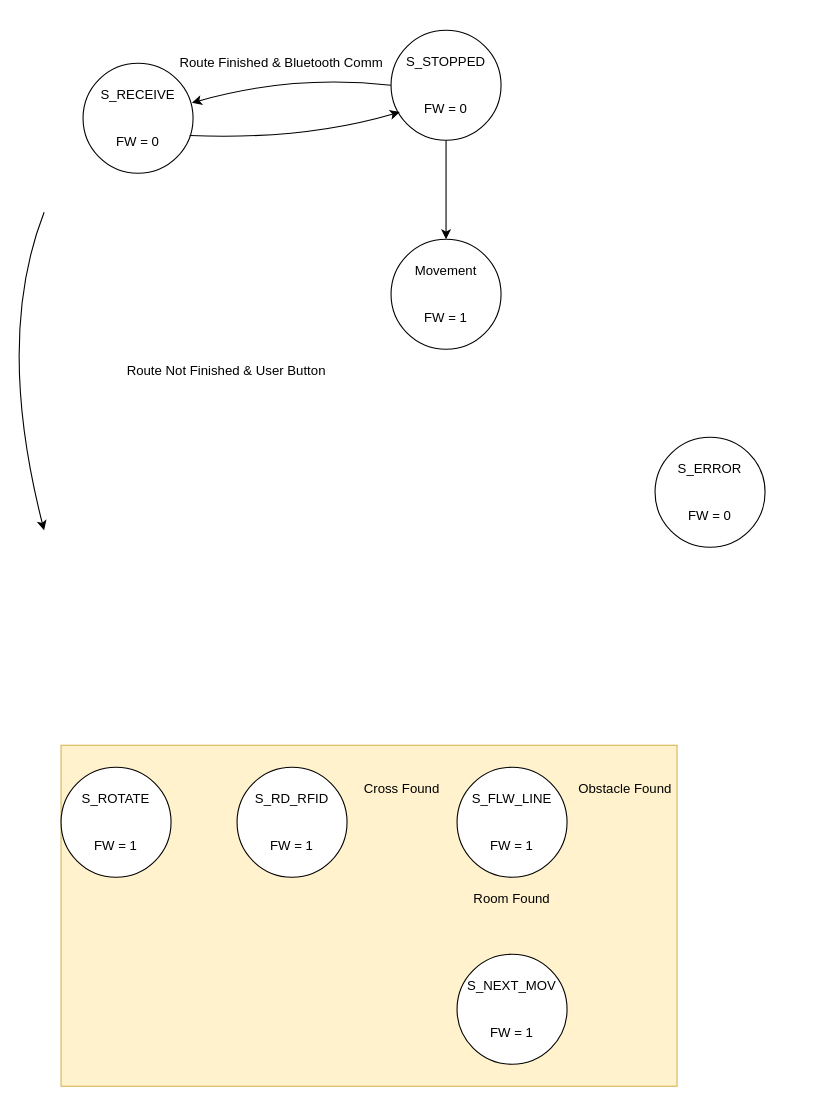
LPI-2020/DWR-19 keeps this draw.io diagram as page "FSM" (2 of 3) of 03Flowcharts/System_Diagram.drawio. Above is the earlier version. Source tidied: cells renumbered, new cells numbered last; positions are measured from the earlier drawing's top-left corner, leaving out a move shared by most shapes. Both pictures are drawn from the tidied source at 110%, with x=0, y=0 at pixel (-6, 30).
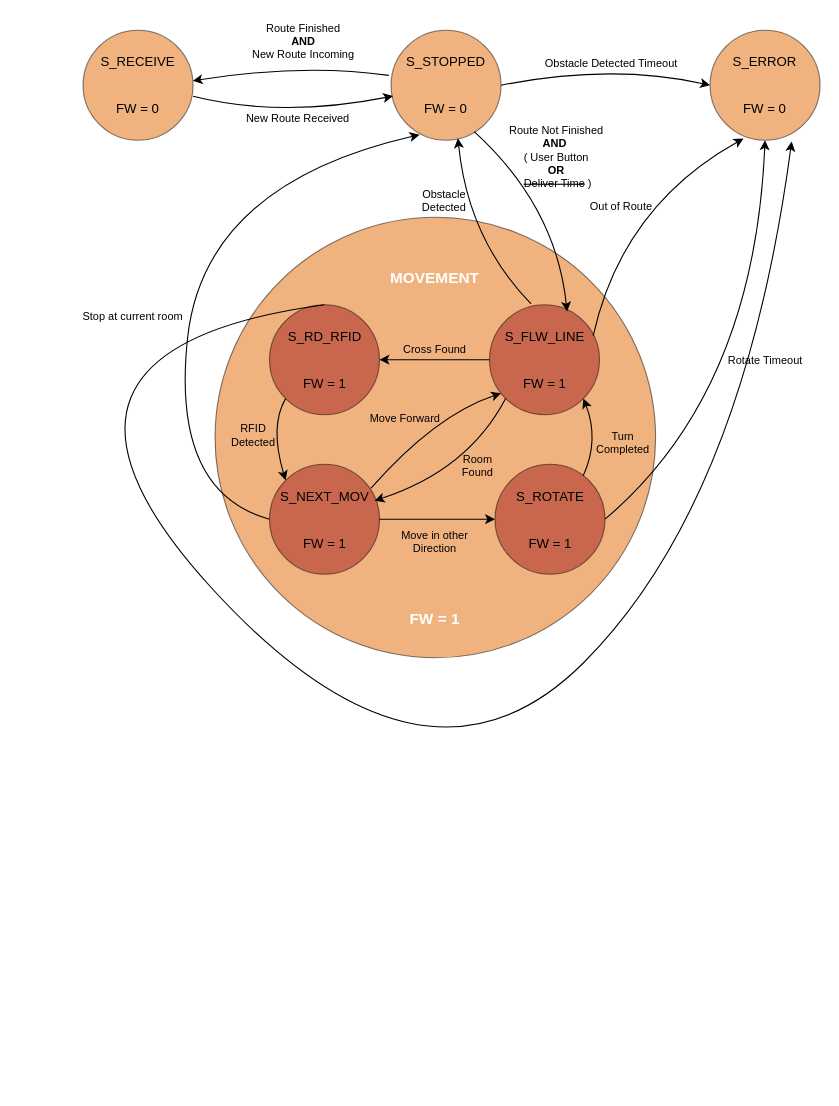
After the change.

Change to the diagram source:
```diff
@@
-    <mxCell id="2" style="rounded=0;whiteSpace=wrap;html=1;fillColor=#fff2cc;strokeColor=#d6b656;" parent="1" vertex="1">
-      <mxGeometry x="60" y="650" width="560" height="310" as="geometry" />
-    </mxCell>
+    <mxCell id="16" style="ellipse;whiteSpace=wrap;html=1;opacity=50;fillColor=#E16802;" parent="1" vertex="1">
+      <mxGeometry x="200" y="170" width="400.5" height="400.5" as="geometry" />
+    </mxCell>
-    <mxCell id="3" value="S_FLW_LINE&lt;br&gt;&lt;br&gt;&lt;br&gt;FW = 1" style="ellipse;whiteSpace=wrap;html=1;" parent="1" vertex="1">
-      <mxGeometry x="420" y="670" width="100" height="100" as="geometry" />
+    <mxCell id="3" value="S_FLW_LINE&lt;br&gt;&lt;br&gt;&lt;br&gt;FW = 1" style="ellipse;whiteSpace=wrap;html=1;fillColor=#A11A1C;opacity=50;" parent="1" vertex="1">
+      <mxGeometry x="449.5" y="249.5" width="100" height="100" as="geometry" />
     </mxCell>
-    <mxCell id="4" style="edgeStyle=orthogonalEdgeStyle;rounded=0;jettySize=auto;html=1;exitX=0.5;exitY=1;exitDx=0;exitDy=0;entryX=0.5;entryY=0;entryDx=0;entryDy=0;" parent="1" edge="1" source="5" target="16">
-      <mxGeometry relative="1" as="geometry" />
-    </mxCell>
-    <mxCell id="5" value="S_STOPPED&lt;br&gt;&lt;br&gt;&lt;br&gt;FW = 0" style="ellipse;whiteSpace=wrap;html=1;" parent="1" vertex="1">
+    <mxCell id="5" value="S_STOPPED&lt;br&gt;&lt;br&gt;&lt;br&gt;FW = 0" style="ellipse;whiteSpace=wrap;html=1;fillColor=#E16802;opacity=50;" parent="1" vertex="1">
       <mxGeometry x="360" width="100" height="100" as="geometry" />
     </mxCell>
-    <mxCell id="6" value="S_ERROR&lt;br&gt;&lt;br&gt;&lt;br&gt;FW = 0" style="ellipse;whiteSpace=wrap;html=1;" parent="1" vertex="1">
-      <mxGeometry x="600" y="370" width="100" height="100" as="geometry" />
+    <mxCell id="6" value="S_ERROR&lt;br&gt;&lt;br&gt;&lt;br&gt;FW = 0" style="ellipse;whiteSpace=wrap;html=1;fillColor=#E16802;opacity=50;" parent="1" vertex="1">
+      <mxGeometry x="650" width="100" height="100" as="geometry" />
     </mxCell>
-    <mxCell id="7" value="S_RECEIVE&lt;br&gt;&lt;br&gt;&lt;br&gt;FW = 0" style="ellipse;whiteSpace=wrap;html=1;" parent="1" vertex="1">
-      <mxGeometry x="80" y="30" width="100" height="100" as="geometry" />
+    <mxCell id="7" value="S_RECEIVE&lt;br&gt;&lt;br&gt;&lt;br&gt;FW = 0" style="ellipse;whiteSpace=wrap;html=1;opacity=50;fillColor=#E16802;" parent="1" vertex="1">
+      <mxGeometry x="80" width="100" height="100" as="geometry" />
     </mxCell>
-    <mxCell id="8" value="S_ROTATE&lt;br&gt;&lt;br&gt;&lt;br&gt;FW = 1" style="ellipse;whiteSpace=wrap;html=1;" parent="1" vertex="1">
-      <mxGeometry x="60" y="670" width="100" height="100" as="geometry" />
+    <mxCell id="8" value="S_ROTATE&lt;br&gt;&lt;br&gt;&lt;br&gt;FW = 1" style="ellipse;whiteSpace=wrap;html=1;fillColor=#A11A1C;opacity=50;" parent="1" vertex="1">
+      <mxGeometry x="454.5" y="394.5" width="100" height="100" as="geometry" />
     </mxCell>
-    <mxCell id="9" value="S_RD_RFID&lt;br&gt;&lt;br&gt;&lt;br&gt;FW = 1" style="ellipse;whiteSpace=wrap;html=1;" parent="1" vertex="1">
-      <mxGeometry x="220" y="670" width="100" height="100" as="geometry" />
+    <mxCell id="9" value="S_RD_RFID&lt;br&gt;&lt;br&gt;&lt;br&gt;FW = 1" style="ellipse;whiteSpace=wrap;html=1;fillColor=#A11A1C;opacity=50;" parent="1" vertex="1">
+      <mxGeometry x="249.5" y="249.5" width="100" height="100" as="geometry" />
     </mxCell>
-    <mxCell id="10" value="Obstacle Found" style="text;html=1;strokeColor=none;fillColor=none;align=center;verticalAlign=middle;whiteSpace=wrap;rounded=0;" parent="1" vertex="1">
-      <mxGeometry x="523" y="680" width="100" height="20" as="geometry" />
+    <mxCell id="10" value="Turn Completed" style="text;html=1;strokeColor=none;fillColor=none;align=center;verticalAlign=middle;whiteSpace=wrap;rounded=0;fontSize=10;" parent="1" vertex="1">
+      <mxGeometry x="547.5" y="364.8" width="45.5" height="20" as="geometry" />
     </mxCell>
-    <mxCell id="11" value="Room Found" style="text;html=1;strokeColor=none;fillColor=none;align=center;verticalAlign=middle;whiteSpace=wrap;rounded=0;" parent="1" vertex="1">
-      <mxGeometry x="420" y="780" width="100" height="20" as="geometry" />
+    <mxCell id="11" value="Room &lt;br style=&quot;font-size: 10px;&quot;&gt;Found" style="text;html=1;strokeColor=none;fillColor=none;align=center;verticalAlign=middle;whiteSpace=wrap;rounded=0;fontSize=10;" parent="1" vertex="1">
+      <mxGeometry x="422" y="385.8" width="33.5" height="20" as="geometry" />
     </mxCell>
-    <mxCell id="12" value="Cross Found" style="text;html=1;strokeColor=none;fillColor=none;align=center;verticalAlign=middle;whiteSpace=wrap;rounded=0;" parent="1" vertex="1">
-      <mxGeometry x="320" y="680" width="100" height="20" as="geometry" />
+    <mxCell id="12" value="&lt;font color=&quot;#ffffff&quot; size=&quot;1&quot;&gt;&lt;b style=&quot;font-size: 14px&quot;&gt;MOVEMENT&lt;/b&gt;&lt;/font&gt;" style="text;html=1;strokeColor=none;fillColor=none;align=center;verticalAlign=middle;whiteSpace=wrap;rounded=0;" parent="1" vertex="1">
+      <mxGeometry x="344.5" y="210" width="110" height="30" as="geometry" />
     </mxCell>
+    <mxCell id="20" style="edgeStyle=orthogonalEdgeStyle;curved=1;rounded=0;jettySize=auto;html=1;entryX=0;entryY=0.5;entryDx=0;entryDy=0;" parent="1" edge="1" source="13" target="8">
+      <mxGeometry relative="1" as="geometry" />
+    </mxCell>
-    <mxCell id="13" value="S_NEXT_MOV&lt;br&gt;&lt;br&gt;&lt;br&gt;FW = 1" style="ellipse;whiteSpace=wrap;html=1;" parent="1" vertex="1">
-      <mxGeometry x="420" y="840" width="100" height="100" as="geometry" />
+    <mxCell id="13" value="S_NEXT_MOV&lt;br&gt;&lt;br&gt;&lt;br&gt;FW = 1" style="ellipse;whiteSpace=wrap;html=1;fillColor=#A11A1C;opacity=50;" parent="1" vertex="1">
+      <mxGeometry x="249.5" y="394.5" width="100" height="100" as="geometry" />
     </mxCell>
-    <mxCell id="14" value="Route Finished &amp;amp; Bluetooth Comm" style="text;html=1;align=center;verticalAlign=middle;" parent="1" vertex="1">
-      <mxGeometry x="160" y="20" width="200" height="20" as="geometry" />
+    <mxCell id="14" value="Route Finished &lt;br style=&quot;font-size: 10px;&quot;&gt;&lt;b style=&quot;font-size: 10px;&quot;&gt;AND&lt;/b&gt;&lt;br style=&quot;font-size: 10px;&quot;&gt;New Route Incoming" style="text;html=1;align=center;verticalAlign=middle;fontSize=10;" parent="1" vertex="1">
+      <mxGeometry x="225" y="-10" width="110" height="40" as="geometry" />
     </mxCell>
-    <mxCell id="15" value="Route Not Finished &amp;amp; User Button" style="text;html=1;align=center;verticalAlign=middle;" parent="1" vertex="1">
-      <mxGeometry x="110" y="300" width="200" height="20" as="geometry" />
+    <mxCell id="15" value="Route Not Finished &lt;br&gt;&lt;b style=&quot;font-size: 10px&quot;&gt;AND&lt;/b&gt;&amp;nbsp;&lt;br style=&quot;font-size: 10px&quot;&gt;( User Button &lt;br&gt;&lt;b style=&quot;font-size: 10px&quot;&gt;OR&lt;br&gt;&lt;/b&gt;&amp;nbsp;&lt;strike&gt;Deliver Time&lt;/strike&gt; )" style="text;html=1;align=center;verticalAlign=middle;fontSize=10;" parent="1" vertex="1">
+      <mxGeometry x="460" y="80" width="100" height="70" as="geometry" />
     </mxCell>
-    <mxCell id="16" value="Movement&lt;br&gt;&lt;br&gt;&lt;br&gt;FW = 1" style="ellipse;whiteSpace=wrap;html=1;" parent="1" vertex="1">
-      <mxGeometry x="360" y="190" width="100" height="100" as="geometry" />
-    </mxCell>
-    <mxCell id="17" style="curved=1;endArrow=classic;html=1;exitX=0;exitY=1;exitDx=0;exitDy=0;entryX=0;entryY=0;entryDx=0;entryDy=0;" parent="1" edge="1">
-      <mxGeometry relative="1" as="geometry">
-        <mxPoint x="44.6" y="165.4" as="sourcePoint" />
-        <mxPoint x="44.6" y="454.6" as="targetPoint" />
-        <Array as="points">
-          <mxPoint y="280" />
-        </Array>
-      </mxGeometry>
-    </mxCell>
-    <mxCell id="18" style="curved=1;endArrow=classic;html=1;exitX=0;exitY=0.5;exitDx=0;exitDy=0;entryX=0.99;entryY=0.36;entryDx=0;entryDy=0;entryPerimeter=0;" parent="1" edge="1" source="5" target="7">
+    <mxCell id="18" style="curved=1;endArrow=classic;html=1;entryX=0.997;entryY=0.46;entryDx=0;entryDy=0;entryPerimeter=0;" parent="1" edge="1" target="7">
       <mxGeometry relative="1" as="geometry">
+        <mxPoint x="358" y="41" as="sourcePoint" />
         <Array as="points">
-          <mxPoint x="270" y="40" />
+          <mxPoint x="280" y="30" />
         </Array>
       </mxGeometry>
     </mxCell>
-    <mxCell id="19" style="curved=1;endArrow=classic;html=1;exitX=0.969;exitY=0.657;exitDx=0;exitDy=0;entryX=0.08;entryY=0.743;entryDx=0;entryDy=0;exitPerimeter=0;entryPerimeter=0;" parent="1" edge="1" source="7" target="5">
+    <mxCell id="19" style="curved=1;endArrow=classic;html=1;entryX=0.018;entryY=0.598;entryDx=0;entryDy=0;entryPerimeter=0;" parent="1" edge="1" target="5">
       <mxGeometry relative="1" as="geometry">
+        <mxPoint x="180" y="60" as="sourcePoint" />
         <Array as="points">
-          <mxPoint x="280" y="100" />
+          <mxPoint x="260" y="80" />
         </Array>
       </mxGeometry>
     </mxCell>
+    <mxCell id="21" value="New Route Received" style="text;html=1;align=center;verticalAlign=middle;fontSize=10;" parent="1" vertex="1">
+      <mxGeometry x="220" y="70" width="110" height="20" as="geometry" />
+    </mxCell>
+    <mxCell id="22" style="curved=1;endArrow=classic;html=1;entryX=0.705;entryY=0.062;entryDx=0;entryDy=0;exitX=0.756;exitY=0.922;exitDx=0;exitDy=0;entryPerimeter=0;exitPerimeter=0;" parent="1" edge="1" source="5" target="3">
+      <mxGeometry relative="1" as="geometry">
+        <Array as="points">
+          <mxPoint x="510" y="160" />
+        </Array>
+      </mxGeometry>
+    </mxCell>
+    <mxCell id="23" style="curved=1;endArrow=classic;html=1;entryX=0.259;entryY=0.95;entryDx=0;entryDy=0;entryPerimeter=0;exitX=0;exitY=0.5;exitDx=0;exitDy=0;" parent="1" edge="1" source="13" target="5">
+      <mxGeometry relative="1" as="geometry">
+        <Array as="points">
+          <mxPoint x="160" y="420" />
+          <mxPoint x="190" y="140" />
+        </Array>
+      </mxGeometry>
+    </mxCell>
+    <mxCell id="24" value="Stop at current room" style="text;html=1;align=center;verticalAlign=middle;fontSize=10;" parent="1" vertex="1">
+      <mxGeometry x="70" y="249.5" width="110" height="20" as="geometry" />
+    </mxCell>
+    <mxCell id="25" style="endArrow=classic;html=1;exitX=0;exitY=0.5;exitDx=0;exitDy=0;entryX=1;entryY=0.5;entryDx=0;entryDy=0;" parent="1" edge="1" source="3" target="9">
+      <mxGeometry relative="1" as="geometry" />
+    </mxCell>
+    <mxCell id="26" style="curved=1;endArrow=classic;html=1;exitX=0;exitY=1;exitDx=0;exitDy=0;entryX=0.956;entryY=0.332;entryDx=0;entryDy=0;entryPerimeter=0;fontStyle=1;" parent="1" edge="1" source="3" target="13">
+      <mxGeometry relative="1" as="geometry">
+        <Array as="points">
+          <mxPoint x="430" y="400" />
+        </Array>
+      </mxGeometry>
+    </mxCell>
+    <mxCell id="27" style="curved=1;endArrow=classic;html=1;exitX=0;exitY=1;exitDx=0;exitDy=0;entryX=0;entryY=0;entryDx=0;entryDy=0;" parent="1" edge="1" source="9" target="13">
+      <mxGeometry relative="1" as="geometry">
+        <Array as="points">
+          <mxPoint x="249.5" y="359.5" />
+        </Array>
+      </mxGeometry>
+    </mxCell>
+    <mxCell id="28" style="curved=1;endArrow=classic;html=1;exitX=0.802;exitY=0.105;exitDx=0;exitDy=0;entryX=1;entryY=1;entryDx=0;entryDy=0;exitPerimeter=0;" parent="1" edge="1" source="8" target="3">
+      <mxGeometry relative="1" as="geometry">
+        <Array as="points">
+          <mxPoint x="549.5" y="372.5" />
+        </Array>
+      </mxGeometry>
+    </mxCell>
+    <mxCell id="29" style="curved=1;endArrow=classic;html=1;exitX=0.923;exitY=0.218;exitDx=0;exitDy=0;exitPerimeter=0;" parent="1" edge="1" source="13">
+      <mxGeometry relative="1" as="geometry">
+        <mxPoint x="460" y="330" as="targetPoint" />
+        <Array as="points">
+          <mxPoint x="400" y="350" />
+        </Array>
+      </mxGeometry>
+    </mxCell>
+    <mxCell id="30" value="Move in other Direction" style="text;html=1;strokeColor=none;fillColor=none;align=center;verticalAlign=middle;whiteSpace=wrap;rounded=0;fontSize=10;" parent="1" vertex="1">
+      <mxGeometry x="349.5" y="440" width="100" height="50" as="geometry" />
+    </mxCell>
+    <mxCell id="31" value="Move Forward" style="text;html=1;strokeColor=none;fillColor=none;align=center;verticalAlign=middle;whiteSpace=wrap;rounded=0;fontSize=10;" parent="1" vertex="1">
+      <mxGeometry x="323" y="328" width="100" height="50" as="geometry" />
+    </mxCell>
+    <mxCell id="32" value="RFID Detected" style="text;html=1;strokeColor=none;fillColor=none;align=center;verticalAlign=middle;whiteSpace=wrap;rounded=0;fontSize=10;" parent="1" vertex="1">
+      <mxGeometry x="212" y="358.2" width="45.5" height="20" as="geometry" />
+    </mxCell>
+    <mxCell id="33" value="Cross Found" style="text;html=1;strokeColor=none;fillColor=none;align=center;verticalAlign=middle;whiteSpace=wrap;rounded=0;fontSize=10;" parent="1" vertex="1">
+      <mxGeometry x="349.5" y="279.5" width="100" height="20" as="geometry" />
+    </mxCell>
+    <mxCell id="34" value="&lt;font color=&quot;#ffffff&quot; size=&quot;1&quot;&gt;&lt;b style=&quot;font-size: 14px&quot;&gt;FW = 1&lt;/b&gt;&lt;/font&gt;" style="text;html=1;strokeColor=none;fillColor=none;align=center;verticalAlign=middle;whiteSpace=wrap;rounded=0;" parent="1" vertex="1">
+      <mxGeometry x="345.2" y="520" width="110" height="30" as="geometry" />
+    </mxCell>
+    <mxCell id="35" style="curved=1;endArrow=classic;html=1;entryX=0.5;entryY=1;entryDx=0;entryDy=0;exitX=1;exitY=0.5;exitDx=0;exitDy=0;" parent="1" edge="1" source="8" target="6">
+      <mxGeometry relative="1" as="geometry">
+        <Array as="points">
+          <mxPoint x="690" y="330" />
+        </Array>
+      </mxGeometry>
+    </mxCell>
+    <mxCell id="36" value="Obstacle Detected Timeout" style="text;html=1;align=center;verticalAlign=middle;fontSize=10;" parent="1" vertex="1">
+      <mxGeometry x="490" y="20" width="140" height="20" as="geometry" />
+    </mxCell>
+    <mxCell id="37" value="Out of Route" style="text;html=1;align=center;verticalAlign=middle;fontSize=10;" parent="1" vertex="1">
+      <mxGeometry x="534.2" y="150" width="70" height="20" as="geometry" />
+    </mxCell>
+    <mxCell id="38" style="curved=1;endArrow=classic;html=1;exitX=0.378;exitY=-0.007;exitDx=0;exitDy=0;exitPerimeter=0;entryX=0.608;entryY=0.982;entryDx=0;entryDy=0;entryPerimeter=0;" parent="1" edge="1" source="3" target="5">
+      <mxGeometry relative="1" as="geometry">
+        <Array as="points">
+          <mxPoint x="430" y="190" />
+        </Array>
+      </mxGeometry>
+    </mxCell>
+    <mxCell id="39" value="Obstacle&lt;br&gt;Detected" style="text;html=1;align=center;verticalAlign=middle;fontSize=10;" parent="1" vertex="1">
+      <mxGeometry x="378" y="140" width="60" height="30" as="geometry" />
+    </mxCell>
+    <mxCell id="40" style="curved=1;endArrow=classic;html=1;entryX=0;entryY=0.5;entryDx=0;entryDy=0;" parent="1" edge="1" target="6">
+      <mxGeometry relative="1" as="geometry">
+        <mxPoint x="460" y="50" as="sourcePoint" />
+        <Array as="points">
+          <mxPoint x="560" y="30" />
+        </Array>
+      </mxGeometry>
+    </mxCell>
+    <mxCell id="41" style="curved=1;endArrow=classic;html=1;entryX=0.304;entryY=0.984;entryDx=0;entryDy=0;exitX=0.943;exitY=0.282;exitDx=0;exitDy=0;exitPerimeter=0;entryPerimeter=0;" parent="1" edge="1" source="3" target="6">
+      <mxGeometry relative="1" as="geometry">
+        <Array as="points">
+          <mxPoint x="570" y="160" />
+        </Array>
+      </mxGeometry>
+    </mxCell>
+    <mxCell id="42" value="Rotate Timeout" style="text;html=1;align=center;verticalAlign=middle;fontSize=10;" parent="1" vertex="1">
+      <mxGeometry x="660" y="289.5" width="80" height="20" as="geometry" />
+    </mxCell>
+    <mxCell id="43" style="curved=1;endArrow=classic;html=1;entryX=0.742;entryY=1.012;entryDx=0;entryDy=0;exitX=0.5;exitY=0;exitDx=0;exitDy=0;entryPerimeter=0;" parent="1" edge="1" source="9" target="6">
+      <mxGeometry relative="1" as="geometry">
+        <Array as="points">
+          <mxPoint y="290" />
+          <mxPoint x="390" y="720" />
+          <mxPoint x="680" y="430" />
+        </Array>
+      </mxGeometry>
+    </mxCell>
```
